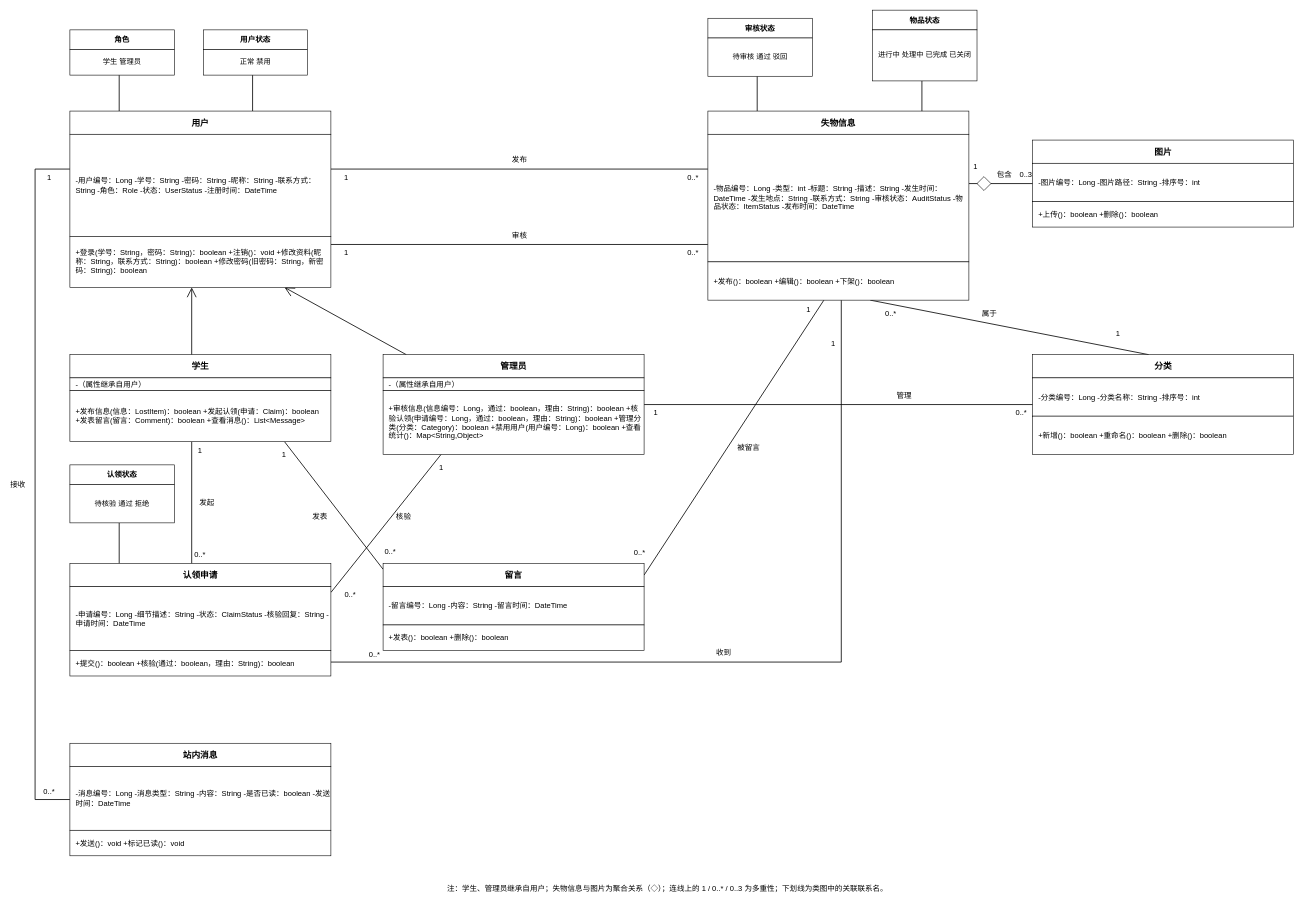
This is 需求文档/需求分析阶段相关的图/类图.drawio from shensuhuaming/campus-lost-found, a draw.io file, before an edit. Source tidied: cells renumbered, new cells numbered last; positions are measured from the earlier drawing's top-left corner, leaving out a move shared by most shapes. Both pictures are drawn from the tidied source at 58%, with x=0, y=0 at pixel (10, 10).
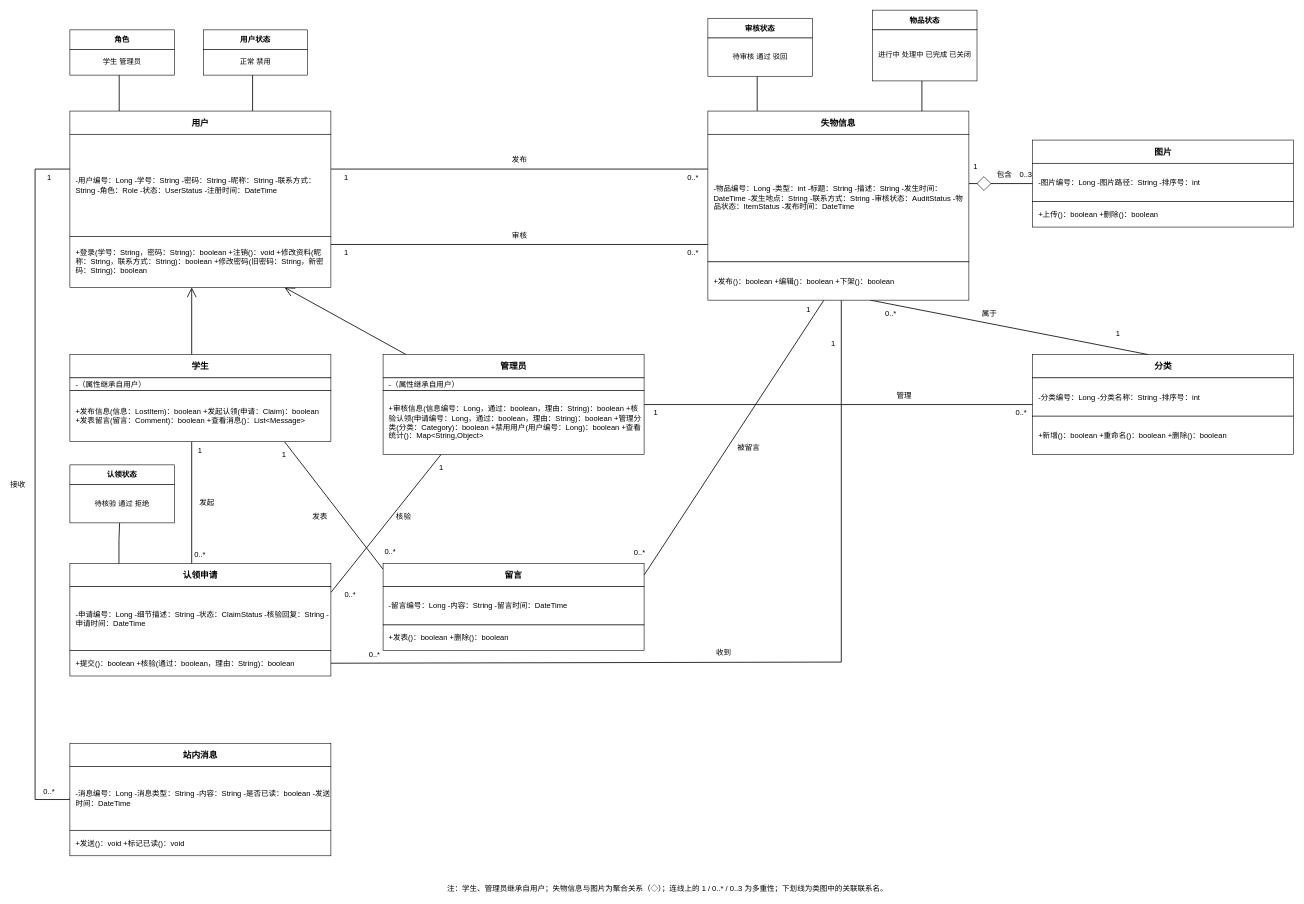
The same diagram, later.

Unchanged cells that the change refers to:
```xml
<mxCell id="63" value="待核验&amp;#10;通过&amp;#10;拒绝" style="rounded=0;whiteSpace=wrap;html=1;align=center;fontSize=12.5;fontFamily=Microsoft YaHei;" parent="1" vertex="1">
  <mxGeometry x="103" y="818" width="180" height="66" as="geometry" />
</mxCell>
<mxCell id="82" value="认领申请" style="rounded=0;whiteSpace=wrap;html=1;fontStyle=1;fontSize=15;fontFamily=Microsoft YaHei;" parent="1" vertex="1">
  <mxGeometry x="103" y="954" width="450" height="40" as="geometry" />
</mxCell>
<mxCell id="84" value="+提交()：boolean&amp;#10;+核验(通过：boolean，理由：String)：boolean" style="rounded=0;whiteSpace=wrap;html=1;align=left;spacingLeft=8;fontSize=13;fontFamily=Microsoft YaHei;" parent="1" vertex="1">
  <mxGeometry x="103" y="1104" width="450" height="44" as="geometry" />
</mxCell>
<mxCell id="89" value="-消息编号：Long&amp;#10;-消息类型：String&amp;#10;-内容：String&amp;#10;-是否已读：boolean&amp;#10;-发送时间：DateTime" style="rounded=0;whiteSpace=wrap;html=1;align=left;spacingLeft=8;fontSize=13;fontFamily=Microsoft YaHei;" parent="1" vertex="1">
  <mxGeometry x="103" y="1304" width="450" height="110" as="geometry" />
</mxCell>
```

What changed in the source:
```diff
@@
-    <mxCell id="8" style="edgeStyle=none;rounded=0;html=1;endArrow=none;startArrow=none;strokeWidth=1.4;" parent="1" edge="1">
+    <mxCell id="8" style="edgeStyle=none;rounded=0;html=1;endArrow=none;startArrow=none;strokeWidth=1.4;entryX=1;entryY=0.5;entryDx=0;entryDy=0;" parent="1" edge="1" target="84">
       <mxGeometry relative="1" as="geometry">
         <mxPoint x="1433" y="500" as="sourcePoint" />
-        <mxPoint x="553" y="1124" as="targetPoint" />
         <Array as="points">
           <mxPoint x="1433" y="1124" />
         </Array>
       </mxGeometry>
     </mxCell>
@@
-    <mxCell id="16" style="edgeStyle=none;rounded=0;html=1;endArrow=none;startArrow=none;strokeWidth=1.4;" parent="1" edge="1">
-      <mxGeometry relative="1" as="geometry">
-        <mxPoint x="188" y="884" as="sourcePoint" />
-        <mxPoint x="188" y="954" as="targetPoint" />
+    <mxCell id="16" style="edgeStyle=none;rounded=0;html=1;endArrow=none;startArrow=none;strokeWidth=1.4;entryX=0.188;entryY=0.007;entryDx=0;entryDy=0;entryPerimeter=0;exitX=0.476;exitY=1.004;exitDx=0;exitDy=0;exitPerimeter=0;" parent="1" edge="1" source="63" target="82">
+      <mxGeometry x="0.02" relative="1" as="geometry">
+        <Array as="points">
+          <mxPoint x="187.6" y="914" />
+        </Array>
       </mxGeometry>
     </mxCell>
-    <mxCell id="17" style="edgeStyle=orthogonalEdgeStyle;rounded=0;html=1;endArrow=none;startArrow=none;strokeWidth=1.4;" parent="1" edge="1">
+    <mxCell id="17" style="edgeStyle=orthogonalEdgeStyle;rounded=0;html=1;endArrow=none;startArrow=none;strokeWidth=1.4;entryX=0;entryY=0.5;entryDx=0;entryDy=0;" parent="1" edge="1" target="89">
       <mxGeometry relative="1" as="geometry">
         <mxPoint x="103" y="274" as="sourcePoint" />
-        <mxPoint x="103" y="1361" as="targetPoint" />
         <Array as="points">
           <mxPoint x="43" y="274" />
           <mxPoint x="43" y="1361" />
+          <mxPoint x="103" y="1361" />
         </Array>
       </mxGeometry>
     </mxCell>
```
